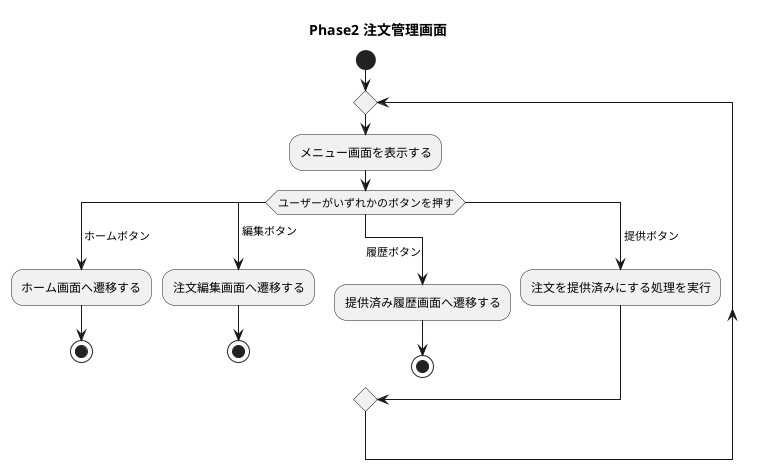
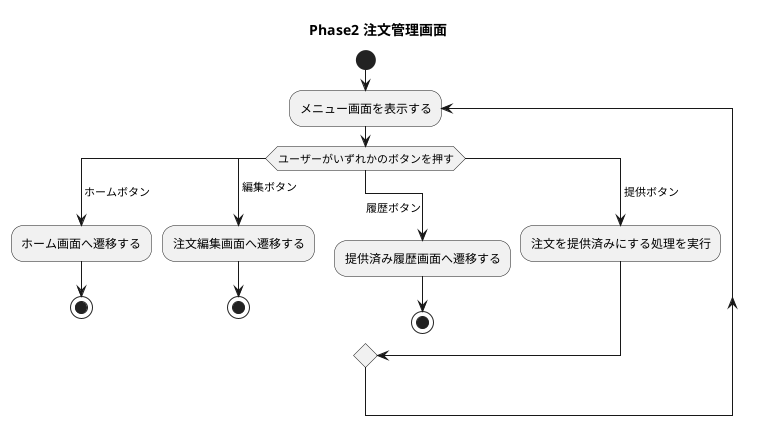
@startuml

title Phase2 注文管理画面
skinparam defaulttextalignment center

start

- repeat
-   :メニュー画面を表示する;
+ repeat :メニュー画面を表示する;

-   switch (ユーザーがいずれかのボタンを押す)
-   case ( ホームボタン )
-     :ホーム画面へ遷移する;
-     stop
-   case ( 編集ボタン )
-     :注文編集画面へ遷移する;
-     stop
-   case (\n履歴ボタン )
-     :提供済み履歴画面へ遷移する;
-     stop
-   case ( 提供ボタン )
-     :注文を提供済みにする処理を実行;
-   endswitch
+ switch (ユーザーがいずれかのボタンを押す)
+ case ( ホームボタン )
+   :ホーム画面へ遷移する;
+   stop
+ case ( 編集ボタン )
+   :注文編集画面へ遷移する;
+   stop
+ case (\n履歴ボタン )
+   :提供済み履歴画面へ遷移する;
+   stop
+ case ( 提供ボタン )
+   :注文を提供済みにする処理を実行;
+ endswitch
+ 
@enduml
